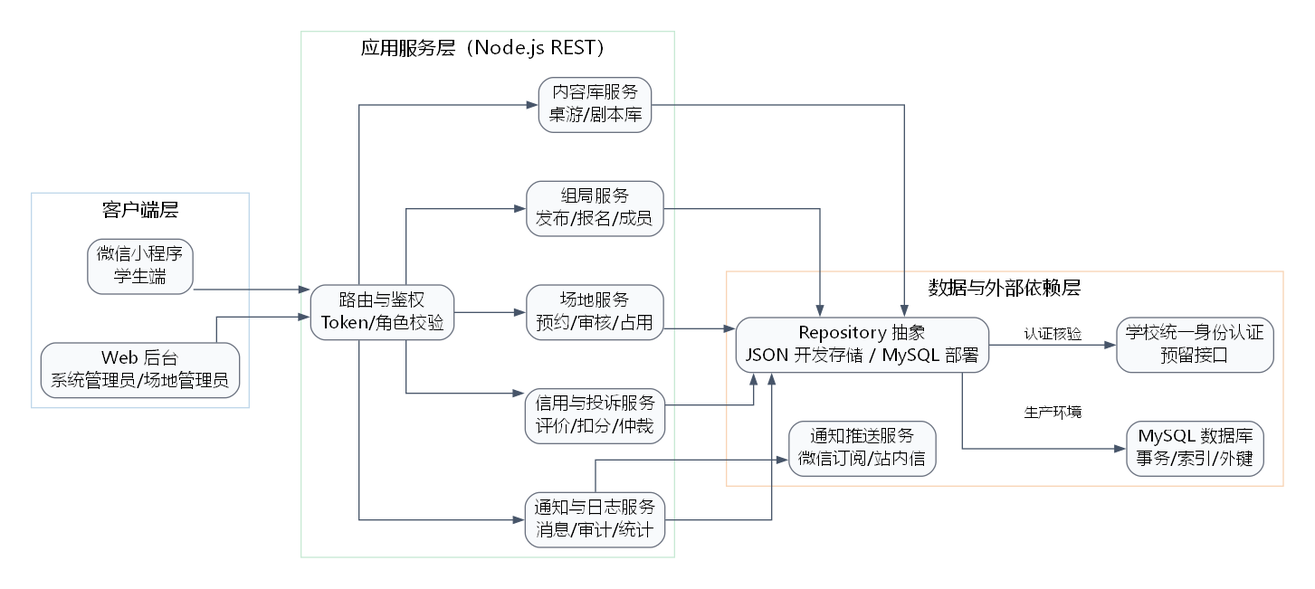
This is report_assets/architecture.png from c20201057/SoftwareEngineering, a Graphviz export, as it was before one commit. Its source is kept beside it as report_assets/architecture.dot. The source it was exported from:
```dot
digraph G {
  graph [fontname="Microsoft YaHei", fontsize=16, bgcolor="white", pad=0.25, rankdir=LR, splines=ortho, nodesep=0.55, ranksep=0.8];
  node [fontname="Microsoft YaHei", fontsize=14, shape=box, style="rounded,filled", color="#6B7280", fillcolor="#F8FAFC"];
  edge [fontname="Microsoft YaHei", fontsize=12, color="#475569", arrowsize=0.8];
  subgraph cluster_client {
    label="客户端层";
    color="#BFD7EA";
    student [label="微信小程序\n学生端"];
    admin_web [label="Web 后台\n系统管理员/场地管理员"];
  }
  subgraph cluster_api {
    label="应用服务层（Node.js REST）";
    color="#C7E9D4";
    gateway [label="路由与鉴权\nToken/角色校验"];
    session [label="组局服务\n发布/报名/成员"];
    venue [label="场地服务\n预约/审核/占用"];
    credit [label="信用与投诉服务\n评价/扣分/仲裁"];
    notice [label="通知与日志服务\n消息/审计/统计"];
    lib [label="内容库服务\n桌游/剧本库"];
  }
  subgraph cluster_data {
    label="数据与外部依赖层";
    color="#F8D4B4";
    repo [label="Repository 抽象\nJSON 开发存储 / MySQL 部署"];
    mysql [label="MySQL 数据库\n事务/索引/外键"];
    auth [label="学校统一身份认证\n预留接口"];
    push [label="通知推送服务\n微信订阅/站内信"];
  }
  student -> gateway;
  admin_web -> gateway;
  gateway -> session;
  gateway -> venue;
  gateway -> credit;
  gateway -> notice;
  gateway -> lib;
  session -> repo;
  venue -> repo;
  credit -> repo;
  notice -> repo;
  lib -> repo;
  repo -> mysql [label="生产环境"];
  repo -> auth [label="认证核验"];
  notice -> push;
}
```
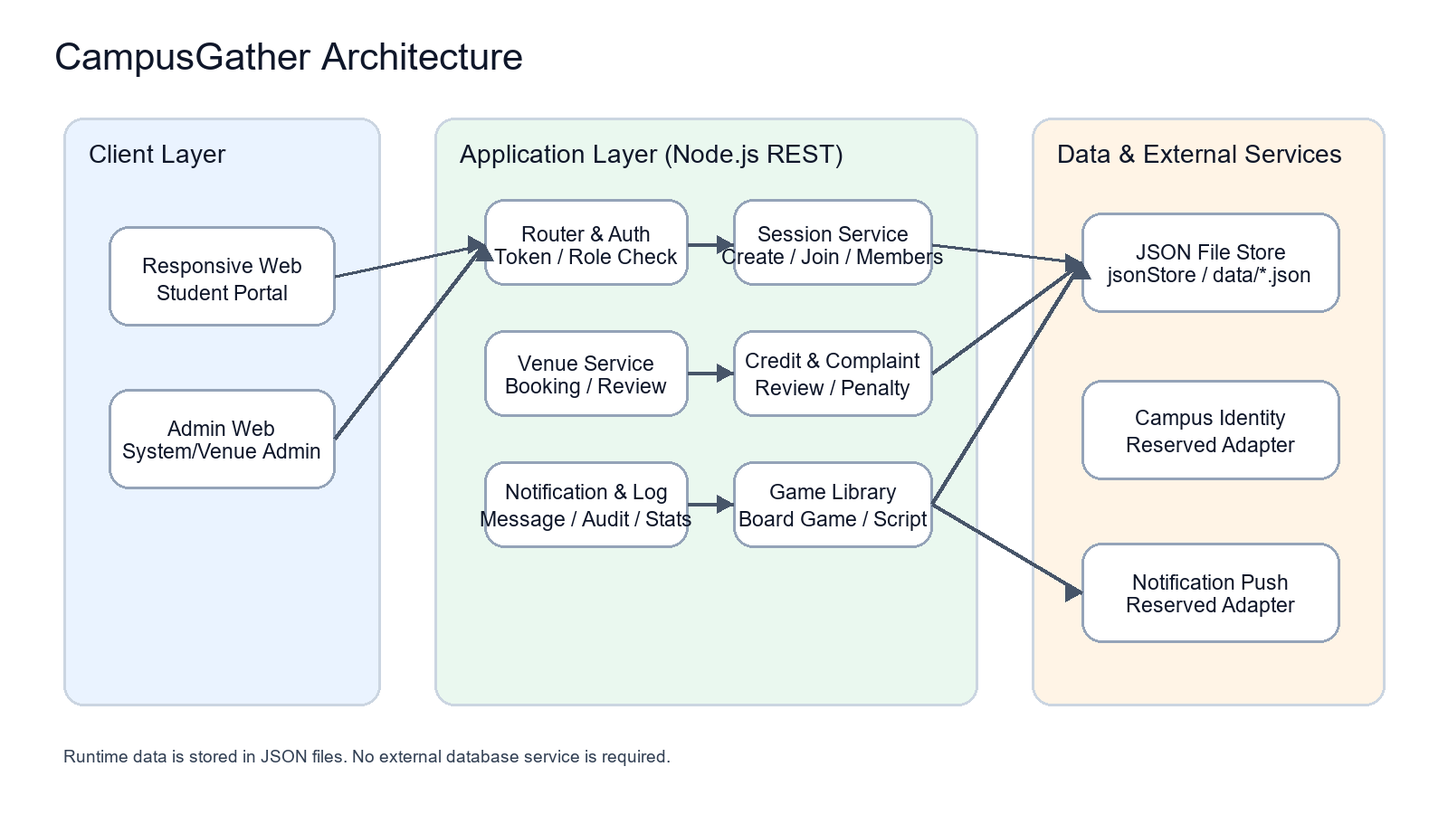
The same diagram one commit later.

Commit message:
移除 MySQL 设计并统一 JSON 存储

Change to the diagram source:
```diff
@@ -21,8 +21,7 @@
   subgraph cluster_data {
     label="数据与外部依赖层";
     color="#F8D4B4";
-    repo [label="Repository 抽象\nJSON 开发存储 / MySQL 部署"];
-    mysql [label="MySQL 数据库\n事务/索引/外键"];
+    repo [label="JSON 文件存储\njsonStore / data/*.json"];
     auth [label="学校统一身份认证\n预留接口"];
     push [label="通知推送服务\n微信订阅/站内信"];
   }
@@ -38,7 +37,6 @@
   credit -> repo;
   notice -> repo;
   lib -> repo;
-  repo -> mysql [label="生产环境"];
   repo -> auth [label="认证核验"];
   notice -> push;
 }
```
